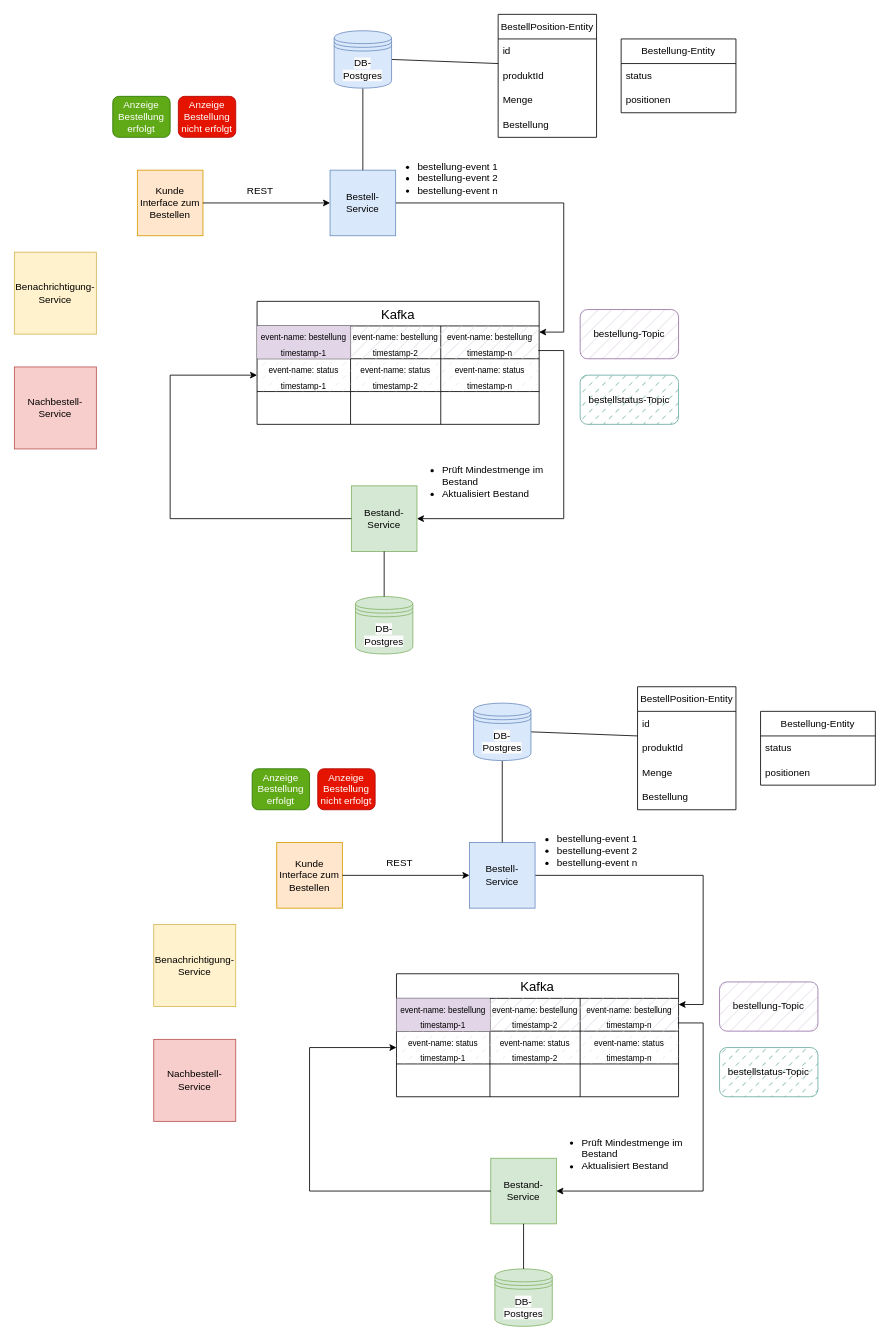
taltiner/bestandsverwaltungssystem keeps this draw.io diagram as docs/bestandsverwaltung.drawio. Above is the earlier version. Source tidied: cells renumbered, new cells numbered last; positions are measured from the earlier drawing's top-left corner, leaving out a move shared by most shapes. Both pictures are drawn from the tidied source at 82%, with x=0, y=0 at pixel (14, 14).
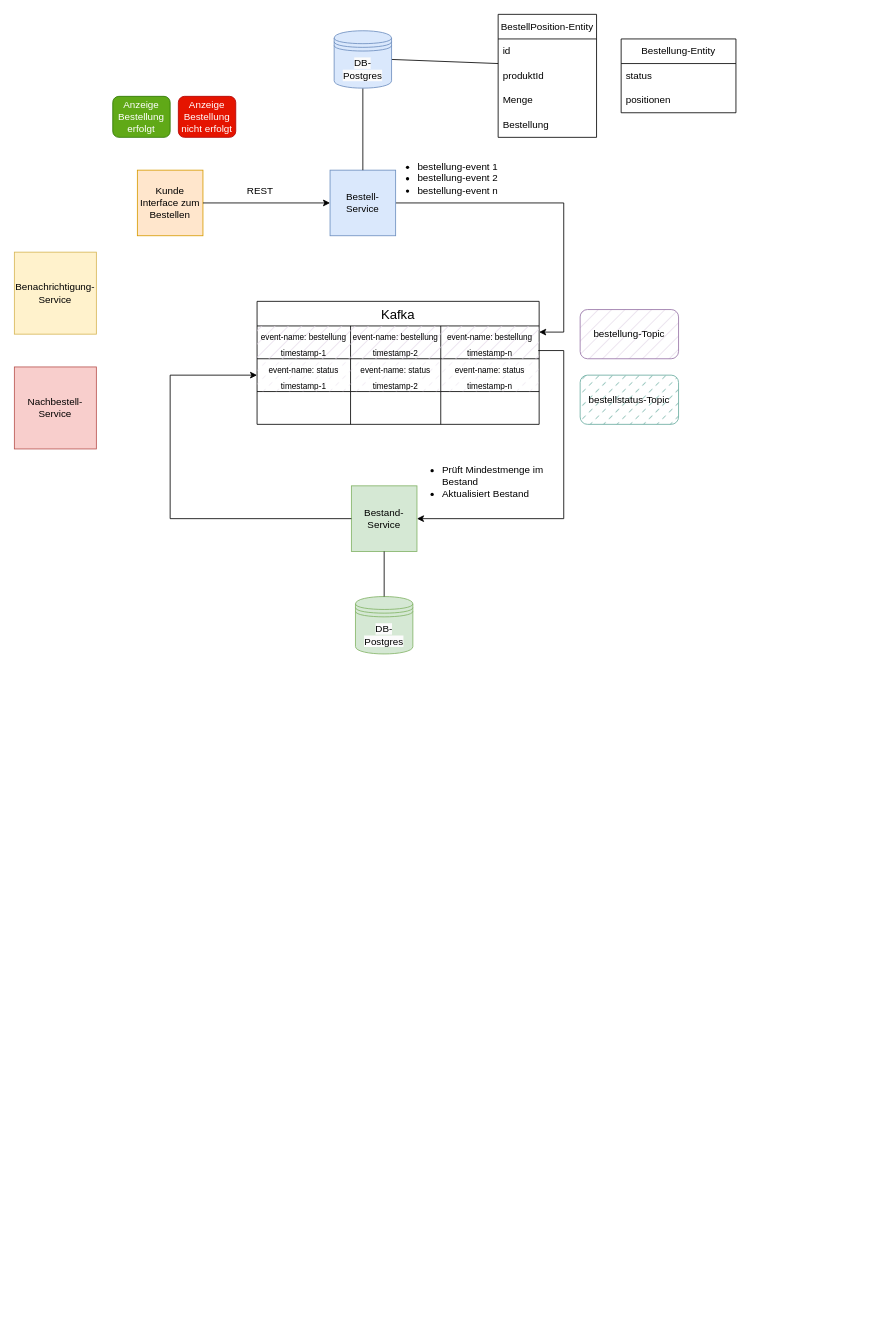
The same diagram, later.

Commit message (it also covers changes not shown here):
* Produziere Bestellung Topic im BestellungService * BestellungController angelegt * BestellungRequestDTO angelegt

Unchanged cells that the change refers to:
```xml
<mxCell id="20" style="shape=tableRow;horizontal=0;startSize=0;swimlaneHead=0;swimlaneBody=0;strokeColor=inherit;top=0;left=0;bottom=0;right=0;fillColor=none;points=[[0,0.5],[1,0.5]];portConstraint=eastwest;fontSize=16;" parent="19" vertex="1">
  <mxGeometry y="30" width="344" height="40" as="geometry" />
</mxCell>
```

Change to the diagram source:
```diff
@@
-    <mxCell id="21" value="&lt;font style=&quot;font-size: 10px;&quot;&gt;event-name: bestellung&lt;/font&gt;&lt;div&gt;&lt;font style=&quot;font-size: 10px;&quot;&gt;timestamp-1&lt;/font&gt;&lt;/div&gt;" style="shape=partialRectangle;html=1;whiteSpace=wrap;strokeColor=#9673a6;overflow=hidden;fillColor=#e1d5e7;top=0;left=0;bottom=0;right=0;fontSize=16;" parent="20" vertex="1">
+    <mxCell id="21" value="&lt;font style=&quot;font-size: 10px;&quot;&gt;event-name: bestellung&lt;/font&gt;&lt;div&gt;&lt;font style=&quot;font-size: 10px;&quot;&gt;timestamp-1&lt;/font&gt;&lt;/div&gt;" style="shape=partialRectangle;html=1;whiteSpace=wrap;strokeColor=#9673a6;overflow=hidden;fillColor=#e1d5e7;top=0;left=0;bottom=0;right=0;fontSize=16;fillStyle=hatch;" parent="20" vertex="1">
       <mxGeometry width="114" height="40" as="geometry" />
     </mxCell>
@@
-    <mxCell id="45" value="Kunde Interface zum Bestellen" style="whiteSpace=wrap;html=1;fillColor=#ffe6cc;strokeColor=#d79b00;" parent="1" vertex="1">
-      <mxGeometry x="320" y="1010" width="80" height="80" as="geometry" />
-    </mxCell>
-    <mxCell id="46" style="edgeStyle=orthogonalEdgeStyle;rounded=0;jettySize=auto;html=1;entryX=1;entryY=0.25;entryDx=0;entryDy=0;exitX=1;exitY=0.5;exitDx=0;exitDy=0;" parent="1" edge="1" source="47" target="62">
-      <mxGeometry relative="1" as="geometry">
-        <Array as="points">
-          <mxPoint x="840" y="1050" />
-          <mxPoint x="840" y="1207" />
-        </Array>
-      </mxGeometry>
-    </mxCell>
-    <mxCell id="47" value="Bestell-Service" style="whiteSpace=wrap;html=1;fillColor=#dae8fc;strokeColor=#6c8ebf;" parent="1" vertex="1">
-      <mxGeometry x="555" y="1010" width="80" height="80" as="geometry" />
-    </mxCell>
-    <mxCell id="48" style="endArrow=none;html=1;rounded=0;entryX=0.5;entryY=1;entryDx=0;entryDy=0;exitX=0.5;exitY=0;exitDx=0;exitDy=0;" parent="1" edge="1" source="47" target="59">
-      <mxGeometry relative="1" as="geometry" />
-    </mxCell>
-    <mxCell id="49" style="endArrow=classic;html=1;rounded=0;exitX=1;exitY=0.5;exitDx=0;exitDy=0;entryX=0;entryY=0.5;entryDx=0;entryDy=0;" parent="1" edge="1" source="45" target="47">
-      <mxGeometry relative="1" as="geometry" />
-    </mxCell>
-    <mxCell id="50" value="BestellPosition-Entity" style="swimlane;fontStyle=0;horizontal=1;startSize=30;whiteSpace=wrap;html=1;" parent="1" vertex="1">
-      <mxGeometry x="760" y="820" width="120" height="150" as="geometry" />
-    </mxCell>
-    <mxCell id="51" value="id" style="text;strokeColor=none;fillColor=none;align=left;verticalAlign=middle;spacingLeft=4;spacingRight=4;overflow=hidden;whiteSpace=wrap;html=1;" parent="50" vertex="1">
-      <mxGeometry y="30" width="120" height="30" as="geometry" />
-    </mxCell>
-    <mxCell id="52" value="produktId" style="text;strokeColor=none;fillColor=none;align=left;verticalAlign=middle;spacingLeft=4;spacingRight=4;overflow=hidden;points=[[0,0.5],[1,0.5]];portConstraint=eastwest;whiteSpace=wrap;html=1;" parent="50" vertex="1">
-      <mxGeometry y="60" width="120" height="30" as="geometry" />
-    </mxCell>
-    <mxCell id="53" value="Menge" style="text;strokeColor=none;fillColor=none;align=left;verticalAlign=middle;spacingLeft=4;spacingRight=4;overflow=hidden;whiteSpace=wrap;html=1;" parent="50" vertex="1">
-      <mxGeometry y="90" width="120" height="30" as="geometry" />
-    </mxCell>
-    <mxCell id="54" value="Bestellung" style="text;strokeColor=none;fillColor=none;align=left;verticalAlign=middle;spacingLeft=4;spacingRight=4;overflow=hidden;whiteSpace=wrap;html=1;" parent="50" vertex="1">
-      <mxGeometry y="120" width="120" height="30" as="geometry" />
-    </mxCell>
-    <mxCell id="55" style="endArrow=none;html=1;rounded=0;entryX=0;entryY=0;entryDx=0;entryDy=0;entryPerimeter=0;exitX=1;exitY=0.5;exitDx=0;exitDy=0;" parent="1" edge="1" source="59" target="52">
-      <mxGeometry relative="1" as="geometry" />
-    </mxCell>
-    <mxCell id="56" value="Bestellung-Entity" style="swimlane;fontStyle=0;horizontal=1;startSize=30;whiteSpace=wrap;html=1;" parent="1" vertex="1">
-      <mxGeometry x="910" y="850" width="140" height="90" as="geometry" />
-    </mxCell>
-    <mxCell id="57" value="status" style="text;strokeColor=none;fillColor=none;align=left;verticalAlign=middle;spacingLeft=4;spacingRight=4;overflow=hidden;whiteSpace=wrap;html=1;" parent="56" vertex="1">
-      <mxGeometry y="30" width="140" height="30" as="geometry" />
-    </mxCell>
-    <mxCell id="58" value="positionen" style="text;strokeColor=none;fillColor=none;align=left;verticalAlign=middle;spacingLeft=4;spacingRight=4;overflow=hidden;whiteSpace=wrap;html=1;" parent="56" vertex="1">
-      <mxGeometry y="60" width="140" height="30" as="geometry" />
-    </mxCell>
-    <mxCell id="59" value="&lt;span style=&quot;color: rgb(0, 0, 0); font-family: Helvetica; font-size: 12px; font-style: normal; font-variant-ligatures: normal; font-variant-caps: normal; font-weight: 400; letter-spacing: normal; orphans: 2; text-align: center; text-indent: 0px; text-transform: none; widows: 2; word-spacing: 0px; -webkit-text-stroke-width: 0px; white-space: normal; background-color: rgb(251, 251, 251); text-decoration-thickness: initial; text-decoration-style: initial; text-decoration-color: initial; display: inline !important; float: none;&quot;&gt;DB-Postgres&lt;/span&gt;" style="shape=datastore;whiteSpace=wrap;html=1;fillColor=#dae8fc;strokeColor=#6c8ebf;" parent="1" vertex="1">
-      <mxGeometry x="560" y="840" width="70" height="70" as="geometry" />
-    </mxCell>
-    <mxCell id="60" value="Bestand-Service" style="whiteSpace=wrap;html=1;fillColor=#d5e8d4;strokeColor=#82b366;" parent="1" vertex="1">
-      <mxGeometry x="581" y="1395" width="80" height="80" as="geometry" />
-    </mxCell>
-    <mxCell id="61" value="&lt;ul&gt;&lt;li&gt;bestellung-event 1&lt;/li&gt;&lt;li&gt;bestellung-event 2&lt;/li&gt;&lt;li&gt;bestellung-event n&lt;/li&gt;&lt;/ul&gt;" style="text;strokeColor=none;fillColor=none;html=1;whiteSpace=wrap;verticalAlign=middle;overflow=hidden;" parent="1" vertex="1">
-      <mxGeometry x="620" y="980" width="156" height="80" as="geometry" />
-    </mxCell>
-    <mxCell id="62" value="Kafka" style="shape=table;startSize=30;childLayout=tableLayout;strokeColor=default;fontSize=16;" parent="1" vertex="1">
-      <mxGeometry x="466" y="1170" width="344" height="150" as="geometry" />
-    </mxCell>
-    <mxCell id="63" style="shape=tableRow;horizontal=0;startSize=0;swimlaneHead=0;swimlaneBody=0;strokeColor=inherit;top=0;left=0;bottom=0;right=0;fillColor=none;points=[[0,0.5],[1,0.5]];portConstraint=eastwest;fontSize=16;" parent="62" vertex="1">
-      <mxGeometry y="30" width="344" height="40" as="geometry" />
-    </mxCell>
-    <mxCell id="64" value="&lt;font style=&quot;font-size: 10px;&quot;&gt;event-name: bestellung&lt;/font&gt;&lt;div&gt;&lt;font style=&quot;font-size: 10px;&quot;&gt;timestamp-1&lt;/font&gt;&lt;/div&gt;" style="shape=partialRectangle;html=1;whiteSpace=wrap;strokeColor=#9673a6;overflow=hidden;fillColor=#e1d5e7;top=0;left=0;bottom=0;right=0;fontSize=16;" parent="63" vertex="1">
-      <mxGeometry width="114" height="40" as="geometry" />
-    </mxCell>
-    <mxCell id="65" value="&lt;font style=&quot;font-size: 10px;&quot;&gt;event-name: bestellung&lt;/font&gt;&lt;div&gt;&lt;font style=&quot;font-size: 10px;&quot;&gt;timestamp-2&lt;/font&gt;&lt;/div&gt;" style="shape=partialRectangle;html=1;whiteSpace=wrap;strokeColor=#9673a6;overflow=hidden;fillColor=#e1d5e7;top=0;left=0;bottom=0;right=0;fontSize=16;fillStyle=hatch;gradientColor=none;" parent="63" vertex="1">
-      <mxGeometry x="114" width="110" height="40" as="geometry" />
-    </mxCell>
-    <mxCell id="66" value="&lt;font style=&quot;font-size: 10px;&quot;&gt;event-name: bestellung&lt;/font&gt;&lt;div&gt;&lt;font style=&quot;font-size: 10px;&quot;&gt;timestamp-n&lt;/font&gt;&lt;/div&gt;" style="shape=partialRectangle;html=1;whiteSpace=wrap;strokeColor=#9673a6;overflow=hidden;fillColor=#e1d5e7;top=0;left=0;bottom=0;right=0;fontSize=16;fillStyle=hatch;" parent="63" vertex="1">
-      <mxGeometry x="224" width="120" height="40" as="geometry" />
-    </mxCell>
-    <mxCell id="67" style="shape=tableRow;horizontal=0;startSize=0;swimlaneHead=0;swimlaneBody=0;strokeColor=inherit;top=0;left=0;bottom=0;right=0;fillColor=none;points=[[0,0.5],[1,0.5]];portConstraint=eastwest;fontSize=16;" parent="62" vertex="1">
-      <mxGeometry y="70" width="344" height="40" as="geometry" />
-    </mxCell>
-    <mxCell id="68" value="&lt;div&gt;&lt;font style=&quot;font-size: 10px;&quot;&gt;event-name: status&lt;/font&gt;&lt;/div&gt;&lt;div&gt;&lt;font style=&quot;font-size: 10px;&quot;&gt;timestamp-1&lt;/font&gt;&lt;/div&gt;" style="shape=partialRectangle;html=1;whiteSpace=wrap;strokeColor=#9673a6;overflow=hidden;fillColor=#e1d5e7;top=0;left=0;bottom=0;right=0;fontSize=16;fillStyle=dashed;opacity=60;" parent="67" vertex="1">
-      <mxGeometry width="114" height="40" as="geometry" />
-    </mxCell>
-    <mxCell id="69" value="&lt;font style=&quot;font-size: 10px;&quot;&gt;event-name: status&lt;/font&gt;&lt;div&gt;&lt;font style=&quot;font-size: 10px;&quot;&gt;timestamp-2&lt;/font&gt;&lt;/div&gt;" style="shape=partialRectangle;html=1;whiteSpace=wrap;strokeColor=#9673a6;overflow=hidden;fillColor=#e1d5e7;top=0;left=0;bottom=0;right=0;fontSize=16;fillStyle=dashed;opacity=60;" parent="67" vertex="1">
-      <mxGeometry x="114" width="110" height="40" as="geometry" />
-    </mxCell>
-    <mxCell id="70" value="&lt;div&gt;&lt;font style=&quot;font-size: 10px;&quot;&gt;event-name: status&lt;/font&gt;&lt;/div&gt;&lt;div&gt;&lt;font style=&quot;font-size: 10px;&quot;&gt;timestamp-n&lt;/font&gt;&lt;/div&gt;" style="shape=partialRectangle;html=1;whiteSpace=wrap;strokeColor=#9673a6;overflow=hidden;fillColor=#e1d5e7;top=0;left=0;bottom=0;right=0;fontSize=16;fillStyle=dashed;opacity=60;" parent="67" vertex="1">
-      <mxGeometry x="224" width="120" height="40" as="geometry" />
-    </mxCell>
-    <mxCell id="71" style="shape=tableRow;horizontal=0;startSize=0;swimlaneHead=0;swimlaneBody=0;strokeColor=inherit;top=0;left=0;bottom=0;right=0;fillColor=none;fontSize=16;" parent="62" vertex="1">
-      <mxGeometry y="110" width="344" height="40" as="geometry" />
-    </mxCell>
-    <mxCell id="72" style="shape=partialRectangle;html=1;whiteSpace=wrap;strokeColor=inherit;overflow=hidden;fillColor=none;top=0;left=0;bottom=0;right=0;fontSize=16;" parent="71" vertex="1">
-      <mxGeometry width="114" height="40" as="geometry" />
-    </mxCell>
-    <mxCell id="73" style="shape=partialRectangle;html=1;whiteSpace=wrap;strokeColor=inherit;overflow=hidden;fillColor=none;top=0;left=0;bottom=0;right=0;fontSize=16;" parent="71" vertex="1">
-      <mxGeometry x="114" width="110" height="40" as="geometry" />
-    </mxCell>
-    <mxCell id="74" style="shape=partialRectangle;html=1;whiteSpace=wrap;strokeColor=inherit;overflow=hidden;fillColor=none;top=0;left=0;bottom=0;right=0;fontSize=16;" parent="71" vertex="1">
-      <mxGeometry x="224" width="120" height="40" as="geometry" />
-    </mxCell>
-    <mxCell id="75" value="&lt;span style=&quot;color: rgb(0, 0, 0); font-family: Helvetica; font-size: 12px; font-style: normal; font-variant-ligatures: normal; font-variant-caps: normal; font-weight: 400; letter-spacing: normal; orphans: 2; text-align: center; text-indent: 0px; text-transform: none; widows: 2; word-spacing: 0px; -webkit-text-stroke-width: 0px; white-space: normal; background-color: rgb(251, 251, 251); text-decoration-thickness: initial; text-decoration-style: initial; text-decoration-color: initial; display: inline !important; float: none;&quot;&gt;DB-Postgres&lt;/span&gt;" style="shape=datastore;whiteSpace=wrap;html=1;fillColor=#d5e8d4;strokeColor=#82b366;" parent="1" vertex="1">
-      <mxGeometry x="586" y="1530" width="70" height="70" as="geometry" />
-    </mxCell>
-    <mxCell id="76" style="endArrow=none;html=1;rounded=0;exitX=0.5;exitY=0;exitDx=0;exitDy=0;entryX=0.5;entryY=1;entryDx=0;entryDy=0;" parent="1" edge="1" source="75" target="60">
-      <mxGeometry relative="1" as="geometry" />
-    </mxCell>
-    <mxCell id="77" style="edgeStyle=none;rounded=0;orthogonalLoop=1;jettySize=auto;html=1;entryX=0;entryY=0.5;entryDx=0;entryDy=0;" parent="1" edge="1" source="60" target="60">
-      <mxGeometry relative="1" as="geometry" />
-    </mxCell>
-    <mxCell id="78" style="edgeStyle=orthogonalEdgeStyle;rounded=0;jettySize=auto;html=1;entryX=1;entryY=0.5;entryDx=0;entryDy=0;exitX=0.997;exitY=0.75;exitDx=0;exitDy=0;exitPerimeter=0;" parent="1" edge="1" source="63" target="60">
-      <mxGeometry relative="1" as="geometry">
-        <Array as="points">
-          <mxPoint x="840" y="1230" />
-          <mxPoint x="840" y="1435" />
-        </Array>
-      </mxGeometry>
-    </mxCell>
-    <mxCell id="79" value="REST" style="text;html=1;align=center;verticalAlign=middle;whiteSpace=wrap;rounded=0;" parent="1" vertex="1">
-      <mxGeometry x="440" y="1020" width="60" height="30" as="geometry" />
-    </mxCell>
-    <mxCell id="80" value="&lt;ul&gt;&lt;li&gt;Prüft Mindestmenge im Bestand&lt;/li&gt;&lt;li&gt;Aktualisiert Bestand&lt;/li&gt;&lt;/ul&gt;" style="text;strokeColor=none;fillColor=none;html=1;whiteSpace=wrap;verticalAlign=middle;overflow=hidden;" parent="1" vertex="1">
-      <mxGeometry x="650" y="1350" width="170" height="80" as="geometry" />
-    </mxCell>
-    <mxCell id="81" style="edgeStyle=orthogonalEdgeStyle;rounded=0;jettySize=auto;html=1;entryX=0;entryY=0.5;entryDx=0;entryDy=0;exitX=0;exitY=0.5;exitDx=0;exitDy=0;" parent="1" edge="1" source="60" target="67">
-      <mxGeometry relative="1" as="geometry">
-        <Array as="points">
-          <mxPoint x="360" y="1435" />
-          <mxPoint x="360" y="1260" />
-        </Array>
-      </mxGeometry>
-    </mxCell>
-    <mxCell id="82" value="&lt;font&gt;Anzeige Bestellung erfolgt&lt;/font&gt;" style="rounded=1;whiteSpace=wrap;html=1;fillColor=#60a917;fontColor=#ffffff;strokeColor=#2D7600;" parent="1" vertex="1">
-      <mxGeometry x="290" y="920" width="70" height="50" as="geometry" />
-    </mxCell>
-    <mxCell id="83" value="&lt;font&gt;Anzeige Bestellung nicht erfolgt&lt;/font&gt;" style="rounded=1;whiteSpace=wrap;html=1;fillColor=#e51400;fontColor=#ffffff;strokeColor=#B20000;" parent="1" vertex="1">
-      <mxGeometry x="370" y="920" width="70" height="50" as="geometry" />
-    </mxCell>
-    <mxCell id="84" value="Benachrichtigung-Service" style="whiteSpace=wrap;html=1;fillColor=#fff2cc;strokeColor=#d6b656;" parent="1" vertex="1">
-      <mxGeometry x="170" y="1110" width="100" height="100" as="geometry" />
-    </mxCell>
-    <mxCell id="85" value="bestellung-Topic" style="rounded=1;whiteSpace=wrap;html=1;fillColor=#e1d5e7;strokeColor=#9673a6;fillStyle=hatch;" parent="1" vertex="1">
-      <mxGeometry x="860" y="1180" width="120" height="60" as="geometry" />
-    </mxCell>
-    <mxCell id="86" value="bestellstatus-Topic" style="rounded=1;whiteSpace=wrap;html=1;fillColor=#67AB9F;strokeColor=#67AB9F;fillStyle=dashed;" parent="1" vertex="1">
-      <mxGeometry x="860" y="1260" width="120" height="60" as="geometry" />
-    </mxCell>
-    <mxCell id="87" value="Nachbestell-Service" style="whiteSpace=wrap;html=1;fillColor=#f8cecc;strokeColor=#b85450;" parent="1" vertex="1">
-      <mxGeometry x="170" y="1250" width="100" height="100" as="geometry" />
-    </mxCell>
```
